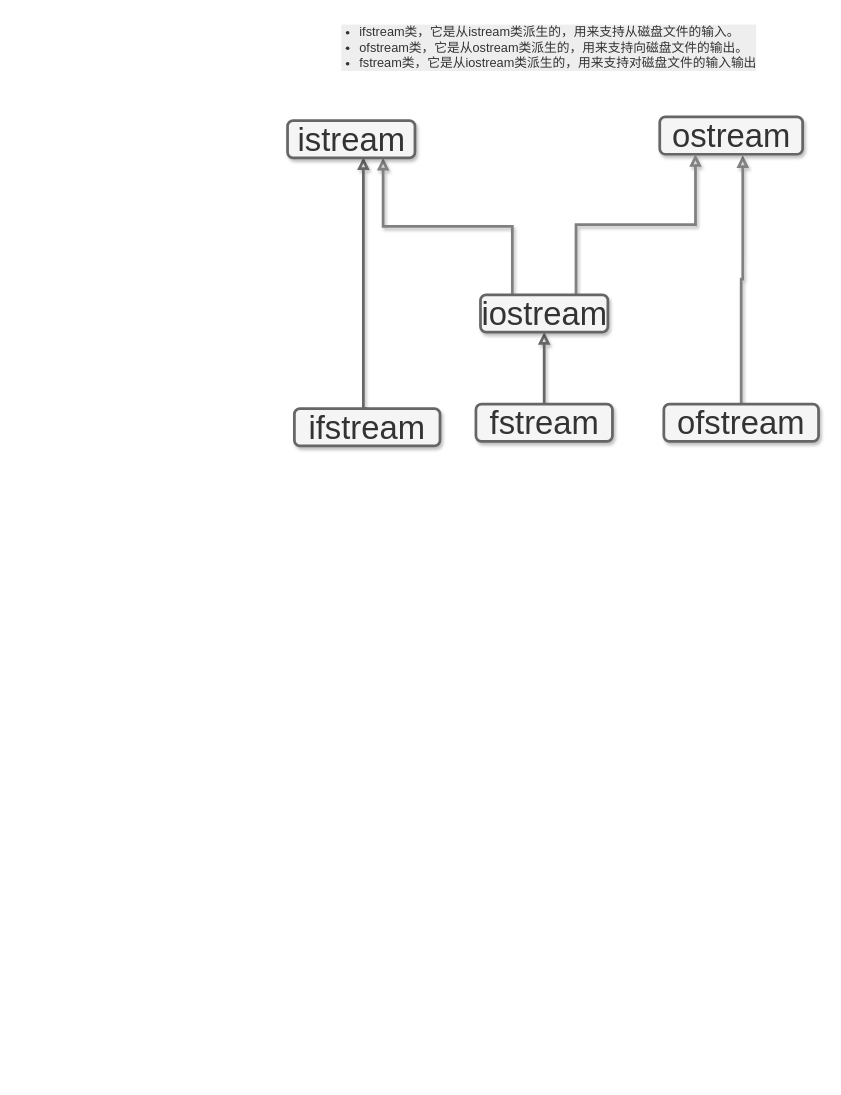
Earlier version of the draw.io diagram page "c++" (2 of 3) of assets/drawio/study.drawio (atanx/atanx.github.io). Source tidied: cells renumbered, new cells numbered last; positions are measured from the earlier drawing's top-left corner, leaving out a move shared by most shapes. Both pictures are drawn from the tidied source at 91%, with x=0, y=0 at pixel (287, 15).
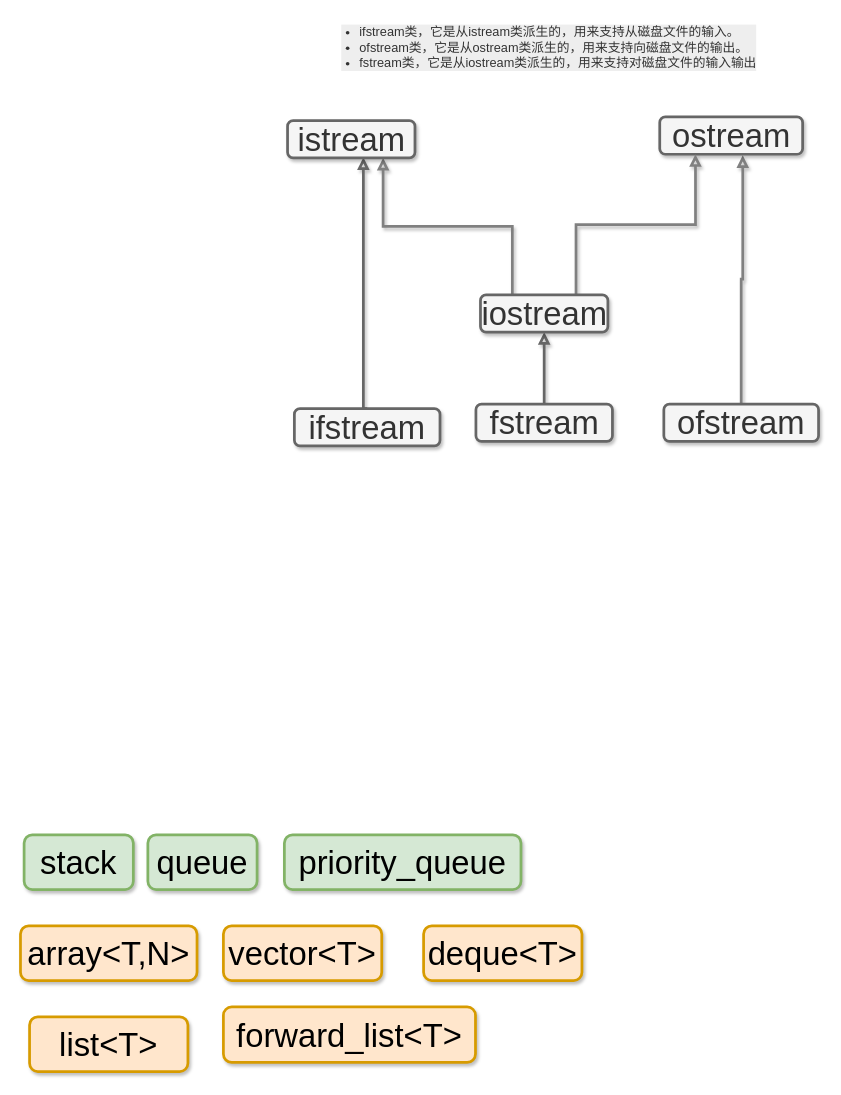
Above is the later version.

What changed in the source:
```diff
@@
+    <mxCell id="14" value="stack" style="rounded=1;whiteSpace=wrap;html=1;shadow=1;strokeWidth=3;fontSize=36;fillColor=#d5e8d4;strokeColor=#82b366;" parent="1" vertex="1">
+      <mxGeometry x="-289" y="900" width="120" height="60" as="geometry" />
+    </mxCell>
+    <mxCell id="15" value="queue" style="rounded=1;whiteSpace=wrap;html=1;shadow=1;strokeWidth=3;fontSize=36;fillColor=#d5e8d4;strokeColor=#82b366;" parent="1" vertex="1">
+      <mxGeometry x="-153" y="900" width="120" height="60" as="geometry" />
+    </mxCell>
+    <mxCell id="16" value="priority_queue" style="rounded=1;whiteSpace=wrap;html=1;shadow=1;strokeWidth=3;fontSize=36;fillColor=#d5e8d4;strokeColor=#82b366;" parent="1" vertex="1">
+      <mxGeometry x="-3" y="900" width="260" height="60" as="geometry" />
+    </mxCell>
+    <mxCell id="17" value="&lt;span style=&quot;text-align: left ; white-space: nowrap&quot;&gt;array&amp;lt;T,N&amp;gt;&lt;/span&gt;" style="rounded=1;whiteSpace=wrap;html=1;shadow=1;strokeWidth=3;fontSize=36;fillColor=#ffe6cc;strokeColor=#d79b00;" parent="1" vertex="1">
+      <mxGeometry x="-293" y="1000" width="194" height="60" as="geometry" />
+    </mxCell>
+    <mxCell id="18" value="&lt;span style=&quot;text-align: left ; white-space: nowrap&quot;&gt;vector&amp;lt;T&amp;gt;&lt;/span&gt;" style="rounded=1;whiteSpace=wrap;html=1;shadow=1;strokeWidth=3;fontSize=36;fillColor=#ffe6cc;strokeColor=#d79b00;" parent="1" vertex="1">
+      <mxGeometry x="-70" y="1000" width="174" height="60" as="geometry" />
+    </mxCell>
+    <mxCell id="19" value="&lt;span style=&quot;text-align: left ; white-space: nowrap&quot;&gt;deque&amp;lt;T&amp;gt;&lt;/span&gt;" style="rounded=1;whiteSpace=wrap;html=1;shadow=1;strokeWidth=3;fontSize=36;fillColor=#ffe6cc;strokeColor=#d79b00;" parent="1" vertex="1">
+      <mxGeometry x="150" y="1000" width="174" height="60" as="geometry" />
+    </mxCell>
+    <mxCell id="20" value="&lt;span style=&quot;text-align: left ; white-space: nowrap&quot;&gt;list&amp;lt;T&amp;gt;&lt;/span&gt;" style="rounded=1;whiteSpace=wrap;html=1;shadow=1;strokeWidth=3;fontSize=36;fillColor=#ffe6cc;strokeColor=#d79b00;" parent="1" vertex="1">
+      <mxGeometry x="-283" y="1100" width="174" height="60" as="geometry" />
+    </mxCell>
+    <mxCell id="21" value="&lt;span style=&quot;text-align: left ; white-space: nowrap&quot;&gt;forward_list&amp;lt;T&amp;gt;&lt;/span&gt;" style="rounded=1;whiteSpace=wrap;html=1;shadow=1;strokeWidth=3;fontSize=36;fillColor=#ffe6cc;strokeColor=#d79b00;" parent="1" vertex="1">
+      <mxGeometry x="-70" y="1089" width="277" height="61" as="geometry" />
+    </mxCell>
```
